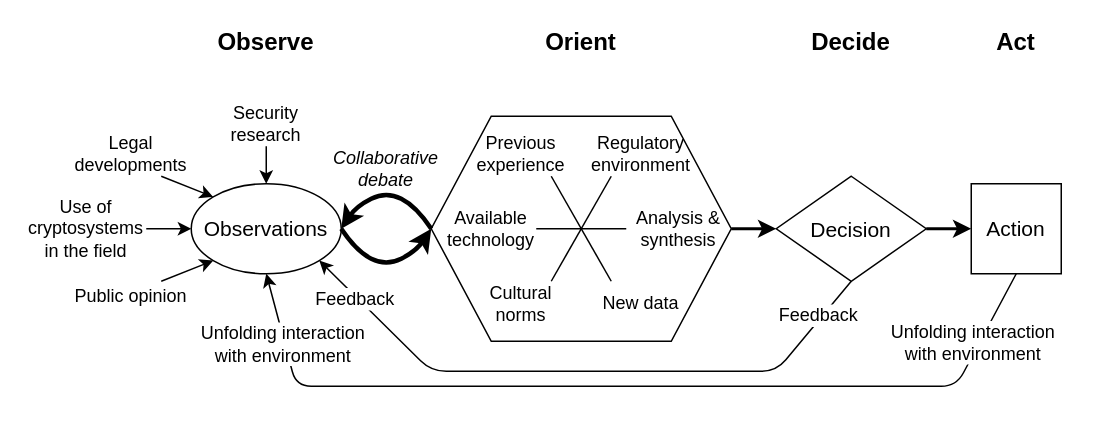
Before: dfds/OODA-loop.drawio in kkredit/confronting-wicked-crypto, a draw.io diagram. Source tidied: cells renumbered, new cells numbered last; positions are measured from the earlier drawing's top-left corner, leaving out a move shared by most shapes. Both pictures are drawn from the tidied source at 150%, with x=0, y=0 at pixel (26, 26).
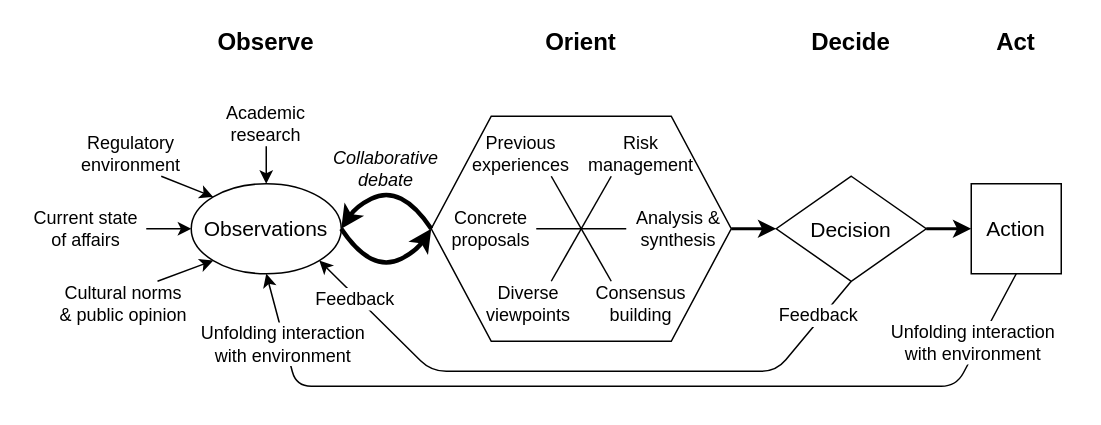
After the change.

Commit message (it also covers changes not shown here):
Introduce OODA loop

What changed in the source:
```diff
@@
-    <mxCell id="17" value="Regulatory&lt;br&gt;environment" style="text;html=1;strokeColor=none;fillColor=none;align=center;verticalAlign=middle;whiteSpace=wrap;rounded=0;fontSize=12;" parent="1" vertex="1">
+    <mxCell id="17" value="Risk management" style="text;html=1;strokeColor=none;fillColor=none;align=center;verticalAlign=middle;whiteSpace=wrap;rounded=0;fontSize=12;" parent="1" vertex="1">
       <mxGeometry x="370" y="70" width="80" height="30" as="geometry" />
     </mxCell>
-    <mxCell id="18" value="Cultural norms" style="text;html=1;strokeColor=none;fillColor=none;align=center;verticalAlign=middle;whiteSpace=wrap;rounded=0;fontSize=12;" parent="1" vertex="1">
-      <mxGeometry x="290" y="170" width="80" height="30" as="geometry" />
+    <mxCell id="18" value="Diverse viewpoints" style="text;html=1;strokeColor=none;fillColor=none;align=center;verticalAlign=middle;whiteSpace=wrap;rounded=0;fontSize=12;" parent="1" vertex="1">
+      <mxGeometry x="300" y="170" width="70" height="30" as="geometry" />
     </mxCell>
-    <mxCell id="19" value="New data" style="text;html=1;strokeColor=none;fillColor=none;align=center;verticalAlign=middle;whiteSpace=wrap;rounded=0;fontSize=12;" parent="1" vertex="1">
+    <mxCell id="19" value="Consensus building" style="text;html=1;strokeColor=none;fillColor=none;align=center;verticalAlign=middle;whiteSpace=wrap;rounded=0;fontSize=12;" parent="1" vertex="1">
       <mxGeometry x="370" y="170" width="80" height="30" as="geometry" />
     </mxCell>
-    <mxCell id="20" value="Previous&lt;br&gt;experience" style="text;html=1;strokeColor=none;fillColor=none;align=center;verticalAlign=middle;whiteSpace=wrap;rounded=0;fontSize=12;" parent="1" vertex="1">
+    <mxCell id="20" value="Previous&lt;br&gt;experiences" style="text;html=1;strokeColor=none;fillColor=none;align=center;verticalAlign=middle;whiteSpace=wrap;rounded=0;fontSize=12;" parent="1" vertex="1">
       <mxGeometry x="290" y="70" width="80" height="30" as="geometry" />
     </mxCell>
@@
-    <mxCell id="22" value="Available technology" style="text;html=1;strokeColor=none;fillColor=none;align=center;verticalAlign=middle;whiteSpace=wrap;rounded=0;fontSize=12;" parent="1" vertex="1">
+    <mxCell id="22" value="Concrete proposals" style="text;html=1;strokeColor=none;fillColor=none;align=center;verticalAlign=middle;whiteSpace=wrap;rounded=0;fontSize=12;" parent="1" vertex="1">
       <mxGeometry x="280" y="120" width="60" height="30" as="geometry" />
     </mxCell>
@@
-    <mxCell id="26" value="Security research" style="text;html=1;strokeColor=none;fillColor=none;align=center;verticalAlign=middle;whiteSpace=wrap;rounded=0;fontSize=12;" parent="1" vertex="1">
+    <mxCell id="26" value="Academic research" style="text;html=1;strokeColor=none;fillColor=none;align=center;verticalAlign=middle;whiteSpace=wrap;rounded=0;fontSize=12;" parent="1" vertex="1">
       <mxGeometry x="120" y="50" width="80" height="30" as="geometry" />
     </mxCell>
-    <mxCell id="27" value="Legal developments" style="text;html=1;strokeColor=none;fillColor=none;align=center;verticalAlign=middle;whiteSpace=wrap;rounded=0;fontSize=12;" parent="1" vertex="1">
+    <mxCell id="27" value="Regulatory environment" style="text;html=1;strokeColor=none;fillColor=none;align=center;verticalAlign=middle;whiteSpace=wrap;rounded=0;fontSize=12;" parent="1" vertex="1">
       <mxGeometry x="30" y="70" width="80" height="30" as="geometry" />
     </mxCell>
-    <mxCell id="28" value="Use of cryptosystems in the field" style="text;html=1;strokeColor=none;fillColor=none;align=center;verticalAlign=middle;whiteSpace=wrap;rounded=0;fontSize=12;" parent="1" vertex="1">
+    <mxCell id="28" value="Current state of affairs" style="text;html=1;strokeColor=none;fillColor=none;align=center;verticalAlign=middle;whiteSpace=wrap;rounded=0;fontSize=12;" parent="1" vertex="1">
       <mxGeometry y="120" width="80" height="30" as="geometry" />
     </mxCell>
-    <mxCell id="29" value="Public opinion" style="text;html=1;strokeColor=none;fillColor=none;align=center;verticalAlign=middle;whiteSpace=wrap;rounded=0;fontSize=12;" parent="1" vertex="1">
-      <mxGeometry x="30" y="170" width="80" height="20" as="geometry" />
+    <mxCell id="29" value="Cultural norms&lt;br&gt;&amp;amp; public opinion" style="text;html=1;strokeColor=none;fillColor=none;align=center;verticalAlign=middle;whiteSpace=wrap;rounded=0;fontSize=12;" parent="1" vertex="1">
+      <mxGeometry x="20" y="170" width="90" height="30" as="geometry" />
     </mxCell>
@@
-    <mxCell id="38" parent="0" />
```
